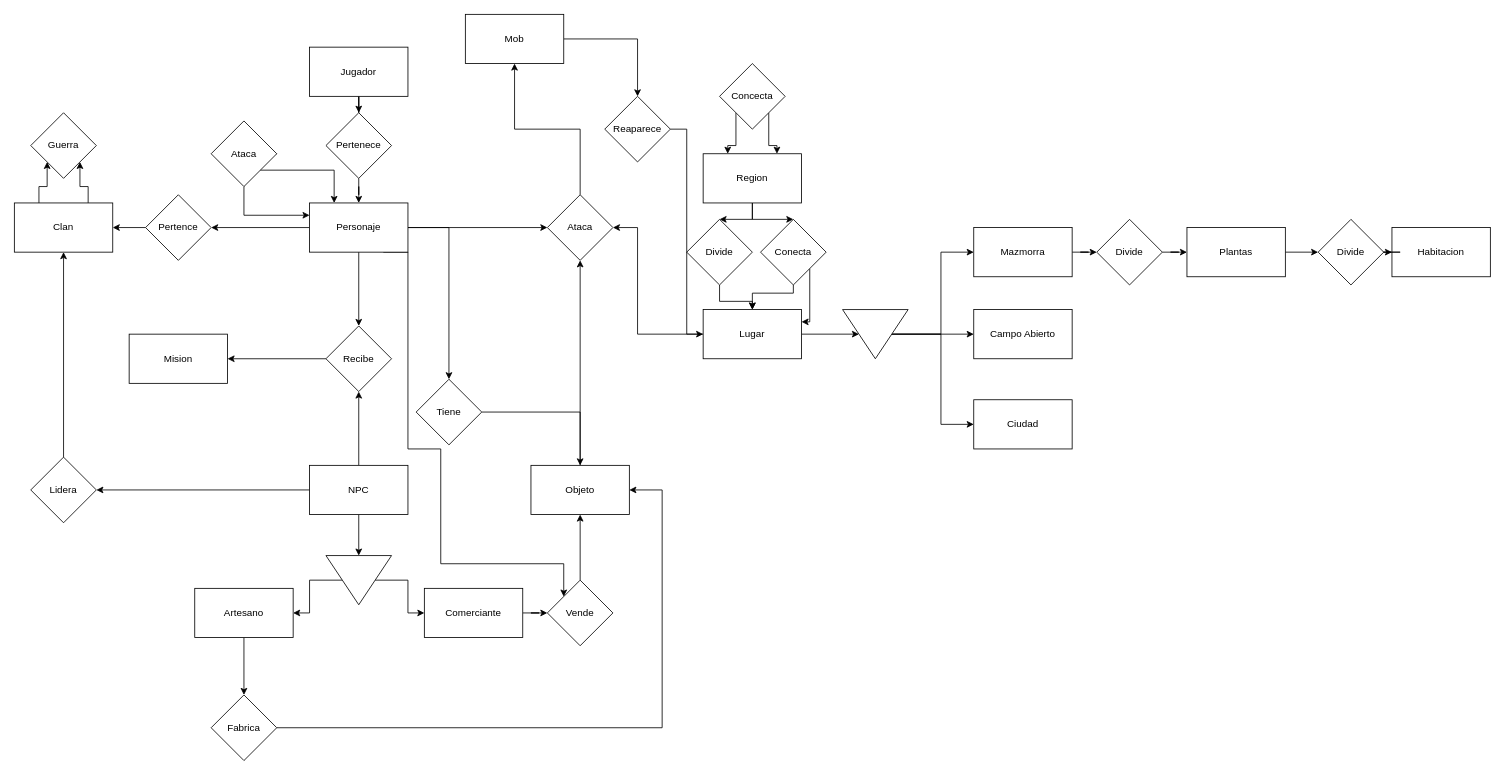
This is Base Datos/Diagramas ER/Proyecto BBDD sin atributos.drawio from Gotrufo-Eloy/Proyectos, a draw.io file, before an edit. Source tidied: cells renumbered, new cells numbered last; positions are measured from the earlier drawing's top-left corner, leaving out a move shared by most shapes. Both pictures are drawn from the tidied source at 82%, with x=0, y=0 at pixel (14, 14).
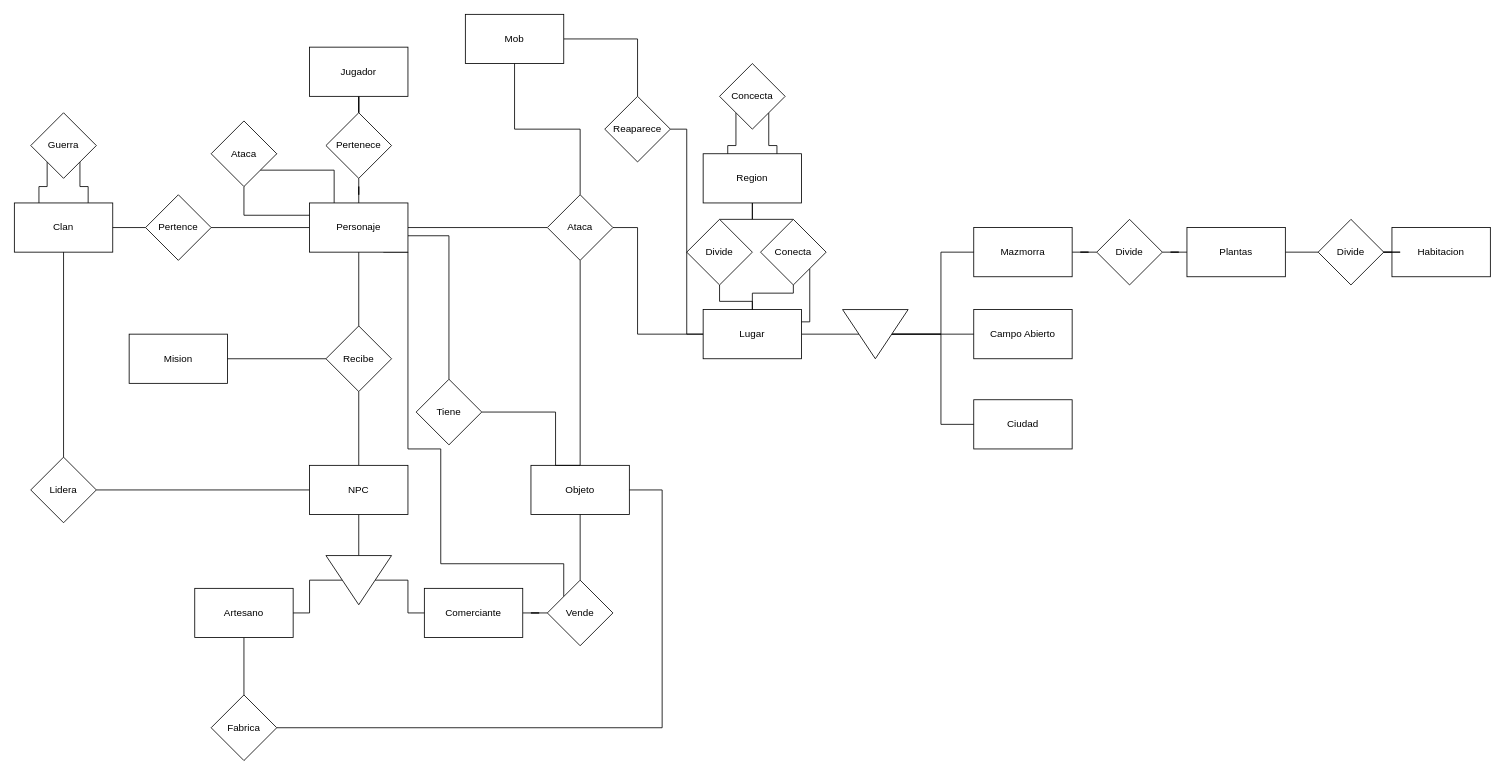
The same page after the edit.

Unchanged cells that the change refers to:
```xml
<mxCell id="3" value="Jugador" style="rounded=0;whiteSpace=wrap;html=1;" parent="1" vertex="1">
<mxCell id="9" value="Personaje" style="rounded=0;whiteSpace=wrap;html=1;" parent="1" vertex="1">
<mxCell id="11" value="Objeto" style="rounded=0;whiteSpace=wrap;html=1;" parent="1" vertex="1">
<mxCell id="13" value="Mob" style="rounded=0;whiteSpace=wrap;html=1;" parent="1" vertex="1">
<mxCell id="14" value="Mision" style="rounded=0;whiteSpace=wrap;html=1;" parent="1" vertex="1">
<mxCell id="17" value="Region" style="rounded=0;whiteSpace=wrap;html=1;" parent="1" vertex="1">
<mxCell id="20" value="Lugar" style="rounded=0;whiteSpace=wrap;html=1;" parent="1" vertex="1">
<mxCell id="24" value="NPC" style="rounded=0;whiteSpace=wrap;html=1;" parent="1" vertex="1">
<mxCell id="27" value="Clan" style="rounded=0;whiteSpace=wrap;html=1;" parent="1" vertex="1">
<mxCell id="28" value="Ciudad" style="rounded=0;whiteSpace=wrap;html=1;" parent="1" vertex="1">
<mxCell id="29" value="Campo Abierto" style="rounded=0;whiteSpace=wrap;html=1;" parent="1" vertex="1">
<mxCell id="31" value="Mazmorra" style="rounded=0;whiteSpace=wrap;html=1;" parent="1" vertex="1">
<mxCell id="33" value="Artesano" style="rounded=0;whiteSpace=wrap;html=1;" parent="1" vertex="1">
<mxCell id="35" value="Comerciante" style="rounded=0;whiteSpace=wrap;html=1;" parent="1" vertex="1">
<mxCell id="37" value="Pertenece" style="rhombus;whiteSpace=wrap;html=1;rounded=0;" parent="1" vertex="1">
<mxCell id="39" value="Pertence" style="rhombus;whiteSpace=wrap;html=1;rounded=0;" parent="1" vertex="1">
<mxCell id="41" value="Lidera" style="rhombus;whiteSpace=wrap;html=1;rounded=0;" parent="1" vertex="1">
<mxCell id="43" value="Recibe" style="rhombus;whiteSpace=wrap;html=1;rounded=0;" parent="1" vertex="1">
<mxCell id="46" style="triangle;whiteSpace=wrap;html=1;rotation=90;" parent="1" vertex="1">
<mxCell id="48" value="Tiene" style="rhombus;whiteSpace=wrap;html=1;rounded=0;" parent="1" vertex="1">
<mxCell id="50" value="Vende" style="rhombus;whiteSpace=wrap;html=1;rounded=0;" parent="1" vertex="1">
<mxCell id="52" value="Fabrica" style="rhombus;whiteSpace=wrap;html=1;rounded=0;" parent="1" vertex="1">
<mxCell id="56" style="triangle;whiteSpace=wrap;html=1;rotation=90;" parent="1" vertex="1">
<mxCell id="58" value="Plantas" style="rounded=0;whiteSpace=wrap;html=1;" parent="1" vertex="1">
<mxCell id="59" value="Habitacion" style="rounded=0;whiteSpace=wrap;html=1;" parent="1" vertex="1">
<mxCell id="61" value="Divide" style="rhombus;whiteSpace=wrap;html=1;rounded=0;" parent="1" vertex="1">
<mxCell id="63" value="Divide" style="rhombus;whiteSpace=wrap;html=1;rounded=0;" parent="1" vertex="1">
<mxCell id="65" value="Divide" style="rhombus;whiteSpace=wrap;html=1;rounded=0;" parent="1" vertex="1">
<mxCell id="67" value="Reaparece" style="rhombus;whiteSpace=wrap;html=1;rounded=0;" parent="1" vertex="1">
<mxCell id="69" value="Ataca" style="rhombus;whiteSpace=wrap;html=1;rounded=0;" parent="1" vertex="1">
<mxCell id="72" value="Concecta" style="rhombus;whiteSpace=wrap;html=1;rounded=0;" parent="1" vertex="1">
<mxCell id="75" value="Conecta" style="rhombus;whiteSpace=wrap;html=1;" parent="1" vertex="1">
<mxCell id="78" value="Ataca" style="rhombus;whiteSpace=wrap;html=1;" parent="1" vertex="1">
<mxCell id="79" value="Guerra" style="rhombus;whiteSpace=wrap;html=1;" parent="1" vertex="1">
```

Change to the diagram source:
```diff
@@
-    <mxCell id="2" style="edgeStyle=orthogonalEdgeStyle;rounded=0;jettySize=auto;html=1;" parent="1" edge="1" source="3" target="37">
+    <mxCell id="2" style="edgeStyle=orthogonalEdgeStyle;rounded=0;jettySize=auto;html=1;endArrow=none;endFill=0;" parent="1" edge="1" source="3" target="37">
       <mxGeometry relative="1" as="geometry" />
     </mxCell>
@@
-    <mxCell id="4" style="edgeStyle=orthogonalEdgeStyle;rounded=0;jettySize=auto;html=1;" parent="1" edge="1" source="9" target="39">
+    <mxCell id="4" style="edgeStyle=orthogonalEdgeStyle;rounded=0;jettySize=auto;html=1;endArrow=none;endFill=0;" parent="1" edge="1" source="9" target="39">
       <mxGeometry relative="1" as="geometry" />
     </mxCell>
-    <mxCell id="5" style="edgeStyle=orthogonalEdgeStyle;rounded=0;jettySize=auto;html=1;" parent="1" edge="1" source="9" target="43">
+    <mxCell id="5" style="edgeStyle=orthogonalEdgeStyle;rounded=0;jettySize=auto;html=1;endArrow=none;endFill=0;" parent="1" edge="1" source="9" target="43">
       <mxGeometry relative="1" as="geometry" />
     </mxCell>
-    <mxCell id="6" style="edgeStyle=orthogonalEdgeStyle;rounded=0;jettySize=auto;html=1;" parent="1" edge="1" source="9" target="48">
-      <mxGeometry relative="1" as="geometry" />
+    <mxCell id="6" style="edgeStyle=orthogonalEdgeStyle;rounded=0;jettySize=auto;html=1;endArrow=none;endFill=0;" parent="1" edge="1" source="9" target="48">
+      <mxGeometry relative="1" as="geometry">
+        <Array as="points">
+          <mxPoint x="530" y="270" />
+        </Array>
+      </mxGeometry>
     </mxCell>
-    <mxCell id="7" style="edgeStyle=orthogonalEdgeStyle;rounded=0;jettySize=auto;html=1;" parent="1" edge="1" source="9" target="69">
+    <mxCell id="7" style="edgeStyle=orthogonalEdgeStyle;rounded=0;jettySize=auto;html=1;endArrow=none;endFill=0;" parent="1" edge="1" source="9" target="69">
       <mxGeometry relative="1" as="geometry" />
     </mxCell>
-    <mxCell id="8" style="edgeStyle=orthogonalEdgeStyle;rounded=0;jettySize=auto;html=1;exitX=0.75;exitY=1;exitDx=0;exitDy=0;entryX=0;entryY=0;entryDx=0;entryDy=0;" parent="1" edge="1" source="9" target="50">
+    <mxCell id="8" style="edgeStyle=orthogonalEdgeStyle;rounded=0;jettySize=auto;html=1;exitX=0.75;exitY=1;exitDx=0;exitDy=0;entryX=0;entryY=0;entryDx=0;entryDy=0;endArrow=none;endFill=0;" parent="1" edge="1" source="9" target="50">
       <mxGeometry relative="1" as="geometry">
         <Array as="points">
           <mxPoint x="480" y="290" />
           <mxPoint x="480" y="530" />
           <mxPoint x="520" y="530" />
           <mxPoint x="520" y="670" />
           <mxPoint x="670" y="670" />
         </Array>
       </mxGeometry>
     </mxCell>
@@
-    <mxCell id="10" style="edgeStyle=orthogonalEdgeStyle;rounded=0;jettySize=auto;html=1;entryX=0.5;entryY=1;entryDx=0;entryDy=0;" parent="1" edge="1" source="11" target="69">
+    <mxCell id="10" style="edgeStyle=orthogonalEdgeStyle;rounded=0;jettySize=auto;html=1;entryX=0.5;entryY=1;entryDx=0;entryDy=0;endArrow=none;endFill=0;" parent="1" edge="1" source="11" target="69">
       <mxGeometry relative="1" as="geometry" />
     </mxCell>
@@
-    <mxCell id="12" style="edgeStyle=orthogonalEdgeStyle;rounded=0;jettySize=auto;html=1;" parent="1" edge="1" source="13" target="67">
+    <mxCell id="12" style="edgeStyle=orthogonalEdgeStyle;rounded=0;jettySize=auto;html=1;endArrow=none;endFill=0;" parent="1" edge="1" source="13" target="67">
       <mxGeometry relative="1" as="geometry" />
     </mxCell>
@@
-    <mxCell id="15" style="edgeStyle=orthogonalEdgeStyle;rounded=0;jettySize=auto;html=1;" parent="1" edge="1" source="17" target="65">
+    <mxCell id="15" style="edgeStyle=orthogonalEdgeStyle;rounded=0;jettySize=auto;html=1;endArrow=none;endFill=0;" parent="1" edge="1" source="17" target="65">
       <mxGeometry relative="1" as="geometry" />
     </mxCell>
-    <mxCell id="16" style="edgeStyle=orthogonalEdgeStyle;rounded=0;jettySize=auto;html=1;entryX=0.5;entryY=0;entryDx=0;entryDy=0;" parent="1" edge="1" source="17" target="75">
+    <mxCell id="16" style="edgeStyle=orthogonalEdgeStyle;rounded=0;jettySize=auto;html=1;entryX=0.5;entryY=0;entryDx=0;entryDy=0;endArrow=none;endFill=0;" parent="1" edge="1" source="17" target="75">
       <mxGeometry relative="1" as="geometry" />
     </mxCell>
@@
-    <mxCell id="18" style="edgeStyle=orthogonalEdgeStyle;rounded=0;jettySize=auto;html=1;entryX=0.5;entryY=1;entryDx=0;entryDy=0;" parent="1" edge="1" source="20" target="56">
+    <mxCell id="18" style="edgeStyle=orthogonalEdgeStyle;rounded=0;jettySize=auto;html=1;entryX=0.5;entryY=1;entryDx=0;entryDy=0;endArrow=none;endFill=0;" parent="1" edge="1" source="20" target="56">
       <mxGeometry relative="1" as="geometry" />
     </mxCell>
-    <mxCell id="19" style="edgeStyle=orthogonalEdgeStyle;rounded=0;jettySize=auto;html=1;entryX=1;entryY=0.5;entryDx=0;entryDy=0;" parent="1" edge="1" source="20" target="69">
+    <mxCell id="19" style="edgeStyle=orthogonalEdgeStyle;rounded=0;jettySize=auto;html=1;entryX=1;entryY=0.5;entryDx=0;entryDy=0;endArrow=none;endFill=0;" parent="1" edge="1" source="20" target="69">
       <mxGeometry relative="1" as="geometry">
         <Array as="points">
           <mxPoint x="760" y="390" />
           <mxPoint x="760" y="260" />
         </Array>
       </mxGeometry>
     </mxCell>
@@
-    <mxCell id="21" style="edgeStyle=orthogonalEdgeStyle;rounded=0;jettySize=auto;html=1;" parent="1" edge="1" source="24" target="41">
+    <mxCell id="21" style="edgeStyle=orthogonalEdgeStyle;rounded=0;jettySize=auto;html=1;endArrow=none;endFill=0;" parent="1" edge="1" source="24" target="41">
       <mxGeometry relative="1" as="geometry" />
     </mxCell>
-    <mxCell id="22" style="edgeStyle=orthogonalEdgeStyle;rounded=0;jettySize=auto;html=1;entryX=0.5;entryY=1;entryDx=0;entryDy=0;" parent="1" edge="1" source="24" target="43">
+    <mxCell id="22" style="edgeStyle=orthogonalEdgeStyle;rounded=0;jettySize=auto;html=1;entryX=0.5;entryY=1;entryDx=0;entryDy=0;endArrow=none;endFill=0;" parent="1" edge="1" source="24" target="43">
       <mxGeometry relative="1" as="geometry" />
     </mxCell>
-    <mxCell id="23" style="edgeStyle=orthogonalEdgeStyle;rounded=0;jettySize=auto;html=1;entryX=0;entryY=0.5;entryDx=0;entryDy=0;" parent="1" edge="1" source="24" target="46">
+    <mxCell id="23" style="edgeStyle=orthogonalEdgeStyle;rounded=0;jettySize=auto;html=1;entryX=0;entryY=0.5;entryDx=0;entryDy=0;endArrow=none;endFill=0;" parent="1" edge="1" source="24" target="46">
       <mxGeometry relative="1" as="geometry" />
     </mxCell>
@@
-    <mxCell id="25" style="edgeStyle=orthogonalEdgeStyle;rounded=0;jettySize=auto;html=1;exitX=0.75;exitY=0;exitDx=0;exitDy=0;entryX=1;entryY=1;entryDx=0;entryDy=0;" parent="1" edge="1" source="27" target="79">
+    <mxCell id="25" style="edgeStyle=orthogonalEdgeStyle;rounded=0;jettySize=auto;html=1;exitX=0.75;exitY=0;exitDx=0;exitDy=0;entryX=1;entryY=1;entryDx=0;entryDy=0;endArrow=none;endFill=0;" parent="1" edge="1" source="27" target="79">
       <mxGeometry relative="1" as="geometry" />
     </mxCell>
-    <mxCell id="26" style="edgeStyle=orthogonalEdgeStyle;rounded=0;jettySize=auto;html=1;exitX=0.25;exitY=0;exitDx=0;exitDy=0;entryX=0;entryY=1;entryDx=0;entryDy=0;" parent="1" edge="1" source="27" target="79">
+    <mxCell id="26" style="edgeStyle=orthogonalEdgeStyle;rounded=0;jettySize=auto;html=1;exitX=0.25;exitY=0;exitDx=0;exitDy=0;entryX=0;entryY=1;entryDx=0;entryDy=0;endArrow=none;endFill=0;" parent="1" edge="1" source="27" target="79">
       <mxGeometry relative="1" as="geometry" />
     </mxCell>
@@
-    <mxCell id="30" style="edgeStyle=orthogonalEdgeStyle;rounded=0;jettySize=auto;html=1;" parent="1" edge="1" source="31" target="61">
+    <mxCell id="30" style="edgeStyle=orthogonalEdgeStyle;rounded=0;jettySize=auto;html=1;endArrow=none;endFill=0;" parent="1" edge="1" source="31" target="61">
       <mxGeometry relative="1" as="geometry" />
     </mxCell>
@@
-    <mxCell id="32" style="edgeStyle=orthogonalEdgeStyle;rounded=0;jettySize=auto;html=1;" parent="1" edge="1" source="33" target="52">
+    <mxCell id="32" style="edgeStyle=orthogonalEdgeStyle;rounded=0;jettySize=auto;html=1;endArrow=none;endFill=0;" parent="1" edge="1" source="33" target="52">
       <mxGeometry relative="1" as="geometry" />
     </mxCell>
@@
-    <mxCell id="34" style="edgeStyle=orthogonalEdgeStyle;rounded=0;jettySize=auto;html=1;" parent="1" edge="1" source="35" target="50">
+    <mxCell id="34" style="edgeStyle=orthogonalEdgeStyle;rounded=0;jettySize=auto;html=1;endArrow=none;endFill=0;" parent="1" edge="1" source="35" target="50">
       <mxGeometry relative="1" as="geometry" />
     </mxCell>
@@
-    <mxCell id="36" style="edgeStyle=orthogonalEdgeStyle;rounded=0;jettySize=auto;html=1;" parent="1" edge="1" source="37" target="9">
+    <mxCell id="36" style="edgeStyle=orthogonalEdgeStyle;rounded=0;jettySize=auto;html=1;endArrow=none;endFill=0;" parent="1" edge="1" source="37" target="9">
       <mxGeometry relative="1" as="geometry" />
     </mxCell>
@@
-    <mxCell id="38" style="edgeStyle=orthogonalEdgeStyle;rounded=0;jettySize=auto;html=1;" parent="1" edge="1" source="39" target="27">
+    <mxCell id="38" style="edgeStyle=orthogonalEdgeStyle;rounded=0;jettySize=auto;html=1;endArrow=none;endFill=0;" parent="1" edge="1" source="39" target="27">
       <mxGeometry relative="1" as="geometry" />
     </mxCell>
@@
-    <mxCell id="40" style="edgeStyle=orthogonalEdgeStyle;rounded=0;jettySize=auto;html=1;entryX=0.5;entryY=1;entryDx=0;entryDy=0;" parent="1" edge="1" source="41" target="27">
+    <mxCell id="40" style="edgeStyle=orthogonalEdgeStyle;rounded=0;jettySize=auto;html=1;entryX=0.5;entryY=1;entryDx=0;entryDy=0;endArrow=none;endFill=0;" parent="1" edge="1" source="41" target="27">
       <mxGeometry relative="1" as="geometry" />
     </mxCell>
@@
-    <mxCell id="42" style="edgeStyle=orthogonalEdgeStyle;rounded=0;jettySize=auto;html=1;entryX=1;entryY=0.5;entryDx=0;entryDy=0;" parent="1" edge="1" source="43" target="14">
+    <mxCell id="42" style="edgeStyle=orthogonalEdgeStyle;rounded=0;jettySize=auto;html=1;entryX=1;entryY=0.5;entryDx=0;entryDy=0;endArrow=none;endFill=0;" parent="1" edge="1" source="43" target="14">
       <mxGeometry relative="1" as="geometry" />
     </mxCell>
@@
-    <mxCell id="44" style="edgeStyle=orthogonalEdgeStyle;rounded=0;jettySize=auto;html=1;" parent="1" edge="1" source="46" target="35">
+    <mxCell id="44" style="edgeStyle=orthogonalEdgeStyle;rounded=0;jettySize=auto;html=1;endArrow=none;endFill=0;" parent="1" edge="1" source="46" target="35">
       <mxGeometry relative="1" as="geometry" />
     </mxCell>
-    <mxCell id="45" style="edgeStyle=orthogonalEdgeStyle;rounded=0;jettySize=auto;html=1;entryX=1;entryY=0.5;entryDx=0;entryDy=0;" parent="1" edge="1" source="46" target="33">
+    <mxCell id="45" style="edgeStyle=orthogonalEdgeStyle;rounded=0;jettySize=auto;html=1;entryX=1;entryY=0.5;entryDx=0;entryDy=0;endArrow=none;endFill=0;" parent="1" edge="1" source="46" target="33">
       <mxGeometry relative="1" as="geometry" />
     </mxCell>
@@
-    <mxCell id="47" style="edgeStyle=orthogonalEdgeStyle;rounded=0;jettySize=auto;html=1;entryX=0.5;entryY=0;entryDx=0;entryDy=0;" parent="1" edge="1" source="48" target="11">
-      <mxGeometry relative="1" as="geometry" />
+    <mxCell id="47" style="edgeStyle=orthogonalEdgeStyle;rounded=0;jettySize=auto;html=1;entryX=0.5;entryY=0;entryDx=0;entryDy=0;endArrow=none;endFill=0;" parent="1" edge="1" source="48" target="11">
+      <mxGeometry relative="1" as="geometry">
+        <Array as="points">
+          <mxPoint x="660" y="485" />
+          <mxPoint x="660" y="550" />
+        </Array>
+      </mxGeometry>
     </mxCell>
@@
-    <mxCell id="49" style="edgeStyle=orthogonalEdgeStyle;rounded=0;jettySize=auto;html=1;entryX=0.5;entryY=1;entryDx=0;entryDy=0;" parent="1" edge="1" source="50" target="11">
+    <mxCell id="49" style="edgeStyle=orthogonalEdgeStyle;rounded=0;jettySize=auto;html=1;entryX=0.5;entryY=1;entryDx=0;entryDy=0;endArrow=none;endFill=0;" parent="1" edge="1" source="50" target="11">
       <mxGeometry relative="1" as="geometry" />
     </mxCell>
@@
-    <mxCell id="51" style="edgeStyle=orthogonalEdgeStyle;rounded=0;jettySize=auto;html=1;entryX=1;entryY=0.5;entryDx=0;entryDy=0;" parent="1" edge="1" source="52" target="11">
+    <mxCell id="51" style="edgeStyle=orthogonalEdgeStyle;rounded=0;jettySize=auto;html=1;entryX=1;entryY=0.5;entryDx=0;entryDy=0;endArrow=none;endFill=0;" parent="1" edge="1" source="52" target="11">
       <mxGeometry relative="1" as="geometry">
         <Array as="points">
           <mxPoint x="790" y="870" />
           <mxPoint x="790" y="580" />
         </Array>
       </mxGeometry>
     </mxCell>
@@
-    <mxCell id="53" style="edgeStyle=orthogonalEdgeStyle;rounded=0;jettySize=auto;html=1;entryX=0;entryY=0.5;entryDx=0;entryDy=0;" parent="1" edge="1" source="56" target="29">
+    <mxCell id="53" style="edgeStyle=orthogonalEdgeStyle;rounded=0;jettySize=auto;html=1;entryX=0;entryY=0.5;entryDx=0;entryDy=0;endArrow=none;endFill=0;" parent="1" edge="1" source="56" target="29">
       <mxGeometry relative="1" as="geometry" />
     </mxCell>
-    <mxCell id="54" style="edgeStyle=orthogonalEdgeStyle;rounded=0;jettySize=auto;html=1;entryX=0;entryY=0.5;entryDx=0;entryDy=0;" parent="1" edge="1" source="56" target="31">
+    <mxCell id="54" style="edgeStyle=orthogonalEdgeStyle;rounded=0;jettySize=auto;html=1;entryX=0;entryY=0.5;entryDx=0;entryDy=0;endArrow=none;endFill=0;" parent="1" edge="1" source="56" target="31">
       <mxGeometry relative="1" as="geometry" />
     </mxCell>
-    <mxCell id="55" style="edgeStyle=orthogonalEdgeStyle;rounded=0;jettySize=auto;html=1;entryX=0;entryY=0.5;entryDx=0;entryDy=0;" parent="1" edge="1" source="56" target="28">
+    <mxCell id="55" style="edgeStyle=orthogonalEdgeStyle;rounded=0;jettySize=auto;html=1;entryX=0;entryY=0.5;entryDx=0;entryDy=0;endArrow=none;endFill=0;" parent="1" edge="1" source="56" target="28">
       <mxGeometry relative="1" as="geometry" />
     </mxCell>
@@
-    <mxCell id="57" style="edgeStyle=orthogonalEdgeStyle;rounded=0;jettySize=auto;html=1;" parent="1" edge="1" source="58" target="63">
+    <mxCell id="57" style="edgeStyle=orthogonalEdgeStyle;rounded=0;jettySize=auto;html=1;endArrow=none;endFill=0;" parent="1" edge="1" source="58" target="63">
       <mxGeometry relative="1" as="geometry" />
     </mxCell>
@@
-    <mxCell id="60" style="edgeStyle=orthogonalEdgeStyle;rounded=0;jettySize=auto;html=1;entryX=0;entryY=0.5;entryDx=0;entryDy=0;" parent="1" edge="1" source="61" target="58">
+    <mxCell id="60" style="edgeStyle=orthogonalEdgeStyle;rounded=0;jettySize=auto;html=1;entryX=0;entryY=0.5;entryDx=0;entryDy=0;endArrow=none;endFill=0;" parent="1" edge="1" source="61" target="58">
       <mxGeometry relative="1" as="geometry" />
     </mxCell>
@@
-    <mxCell id="62" style="edgeStyle=orthogonalEdgeStyle;rounded=0;jettySize=auto;html=1;entryX=0;entryY=0.5;entryDx=0;entryDy=0;" parent="1" edge="1" source="63" target="59">
+    <mxCell id="62" style="edgeStyle=orthogonalEdgeStyle;rounded=0;jettySize=auto;html=1;entryX=0;entryY=0.5;entryDx=0;entryDy=0;endArrow=none;endFill=0;" parent="1" edge="1" source="63" target="59">
       <mxGeometry relative="1" as="geometry" />
     </mxCell>
@@
-    <mxCell id="64" style="edgeStyle=orthogonalEdgeStyle;rounded=0;jettySize=auto;html=1;" parent="1" edge="1" source="65" target="20">
+    <mxCell id="64" style="edgeStyle=orthogonalEdgeStyle;rounded=0;jettySize=auto;html=1;endArrow=none;endFill=0;" parent="1" edge="1" source="65" target="20">
       <mxGeometry relative="1" as="geometry" />
     </mxCell>
@@
-    <mxCell id="66" style="edgeStyle=orthogonalEdgeStyle;rounded=0;jettySize=auto;html=1;entryX=0;entryY=0.5;entryDx=0;entryDy=0;" parent="1" edge="1" source="67" target="20">
+    <mxCell id="66" style="edgeStyle=orthogonalEdgeStyle;rounded=0;jettySize=auto;html=1;entryX=0;entryY=0.5;entryDx=0;entryDy=0;endArrow=none;endFill=0;" parent="1" edge="1" source="67" target="20">
       <mxGeometry relative="1" as="geometry" />
     </mxCell>
@@
-    <mxCell id="68" style="edgeStyle=orthogonalEdgeStyle;rounded=0;jettySize=auto;html=1;entryX=0.5;entryY=1;entryDx=0;entryDy=0;" parent="1" edge="1" source="69" target="13">
+    <mxCell id="68" style="edgeStyle=orthogonalEdgeStyle;rounded=0;jettySize=auto;html=1;entryX=0.5;entryY=1;entryDx=0;entryDy=0;endArrow=none;endFill=0;" parent="1" edge="1" source="69" target="13">
       <mxGeometry relative="1" as="geometry" />
     </mxCell>
@@
-    <mxCell id="70" style="edgeStyle=orthogonalEdgeStyle;rounded=0;jettySize=auto;html=1;exitX=0;exitY=1;exitDx=0;exitDy=0;entryX=0.25;entryY=0;entryDx=0;entryDy=0;" parent="1" edge="1" source="72" target="17">
+    <mxCell id="70" style="edgeStyle=orthogonalEdgeStyle;rounded=0;jettySize=auto;html=1;exitX=0;exitY=1;exitDx=0;exitDy=0;entryX=0.25;entryY=0;entryDx=0;entryDy=0;endArrow=none;endFill=0;" parent="1" edge="1" source="72" target="17">
       <mxGeometry relative="1" as="geometry" />
     </mxCell>
-    <mxCell id="71" style="edgeStyle=orthogonalEdgeStyle;rounded=0;jettySize=auto;html=1;exitX=1;exitY=1;exitDx=0;exitDy=0;entryX=0.75;entryY=0;entryDx=0;entryDy=0;" parent="1" edge="1" source="72" target="17">
+    <mxCell id="71" style="edgeStyle=orthogonalEdgeStyle;rounded=0;jettySize=auto;html=1;exitX=1;exitY=1;exitDx=0;exitDy=0;entryX=0.75;entryY=0;entryDx=0;entryDy=0;endArrow=none;endFill=0;" parent="1" edge="1" source="72" target="17">
       <mxGeometry relative="1" as="geometry" />
     </mxCell>
@@
-    <mxCell id="73" style="edgeStyle=orthogonalEdgeStyle;rounded=0;jettySize=auto;html=1;entryX=0.5;entryY=0;entryDx=0;entryDy=0;" parent="1" edge="1" source="75" target="20">
+    <mxCell id="73" style="edgeStyle=orthogonalEdgeStyle;rounded=0;jettySize=auto;html=1;entryX=0.5;entryY=0;entryDx=0;entryDy=0;endArrow=none;endFill=0;" parent="1" edge="1" source="75" target="20">
       <mxGeometry relative="1" as="geometry">
         <Array as="points">
           <mxPoint x="950" y="340" />
           <mxPoint x="900" y="340" />
         </Array>
       </mxGeometry>
     </mxCell>
-    <mxCell id="74" style="edgeStyle=orthogonalEdgeStyle;rounded=0;jettySize=auto;html=1;exitX=1;exitY=1;exitDx=0;exitDy=0;entryX=1;entryY=0.25;entryDx=0;entryDy=0;" parent="1" edge="1" source="75" target="20">
+    <mxCell id="74" style="edgeStyle=orthogonalEdgeStyle;rounded=0;jettySize=auto;html=1;exitX=1;exitY=1;exitDx=0;exitDy=0;entryX=1;entryY=0.25;entryDx=0;entryDy=0;endArrow=none;endFill=0;" parent="1" edge="1" source="75" target="20">
       <mxGeometry relative="1" as="geometry">
         <Array as="points">
           <mxPoint x="970" y="375" />
         </Array>
       </mxGeometry>
     </mxCell>
@@
-    <mxCell id="76" style="edgeStyle=orthogonalEdgeStyle;rounded=0;jettySize=auto;html=1;exitX=1;exitY=0.5;exitDx=0;exitDy=0;entryX=0.25;entryY=0;entryDx=0;entryDy=0;" parent="1" edge="1" source="78" target="9">
+    <mxCell id="76" style="edgeStyle=orthogonalEdgeStyle;rounded=0;jettySize=auto;html=1;exitX=1;exitY=0.5;exitDx=0;exitDy=0;entryX=0.25;entryY=0;entryDx=0;entryDy=0;endArrow=none;endFill=0;" parent="1" edge="1" source="78" target="9">
       <mxGeometry relative="1" as="geometry">
         <Array as="points">
           <mxPoint x="300" y="190" />
           <mxPoint x="390" y="190" />
         </Array>
       </mxGeometry>
     </mxCell>
-    <mxCell id="77" style="edgeStyle=orthogonalEdgeStyle;rounded=0;jettySize=auto;html=1;exitX=0.5;exitY=1;exitDx=0;exitDy=0;entryX=0;entryY=0.25;entryDx=0;entryDy=0;" parent="1" edge="1" source="78" target="9">
+    <mxCell id="77" style="edgeStyle=orthogonalEdgeStyle;rounded=0;jettySize=auto;html=1;exitX=0.5;exitY=1;exitDx=0;exitDy=0;entryX=0;entryY=0.25;entryDx=0;entryDy=0;endArrow=none;endFill=0;" parent="1" edge="1" source="78" target="9">
       <mxGeometry relative="1" as="geometry" />
     </mxCell>
```
